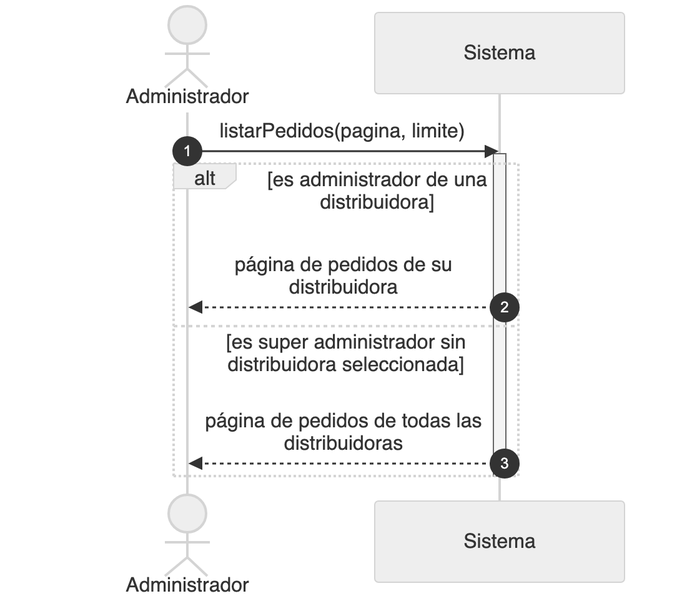
Nahuelito-Dev/splg-docs keeps this Mermaid diagram as diagramas/png/DSS_CU-011_Listar-Todos-Los-Pedidos.png. Above is the earlier version. Its source is kept beside it as diagramas/DSS_CU-011_Listar-Todos-Los-Pedidos.mmd.
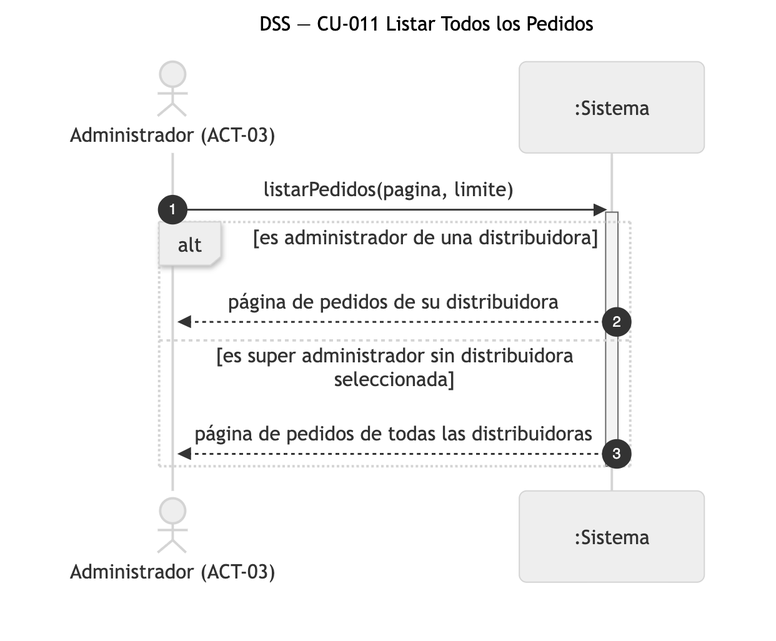
After the change.

Diff of the diagram source:
```diff
@@ -1,8 +1,8 @@
 sequenceDiagram
-    title DSS — CU-011 Listar Todos Los Pedidos
+    title DSS — CU-011 Listar Todos los Pedidos
     autonumber
-    actor ADM as Administrador
-    participant SIS as Sistema
+    actor ADM as Administrador (ACT-03)
+    participant SIS as :Sistema
 
     ADM->>SIS: listarPedidos(pagina, limite)
     activate SIS
```
